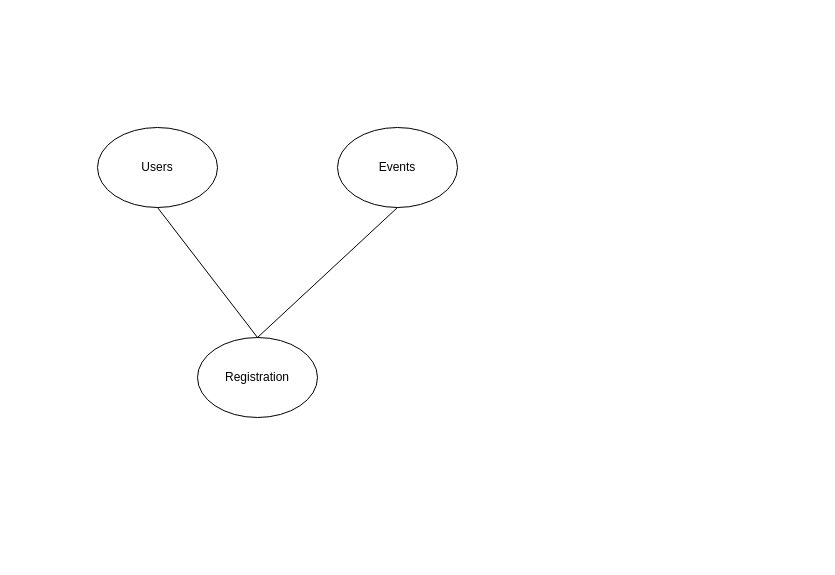
The draw.io diagram Untitled Diagram.drawio in SherahIsrael/Evently, before the edit. Source tidied: cells renumbered, new cells numbered last; positions are measured from the earlier drawing's top-left corner, leaving out a move shared by most shapes. Both pictures are drawn from the tidied source at 100%, with x=0, y=0 at pixel (97, 127).
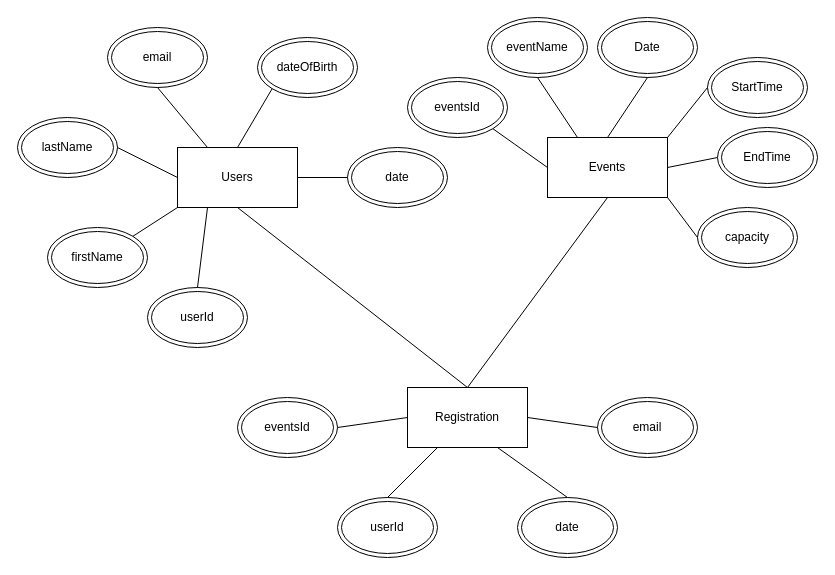
After the change.

Change to the diagram source:
```diff
@@
-    <mxCell id="2" value="Users" style="ellipse;whiteSpace=wrap;html=1;" parent="1" vertex="1">
-      <mxGeometry width="120" height="80" as="geometry" />
-    </mxCell>
-    <mxCell id="3" value="Events" style="ellipse;whiteSpace=wrap;html=1;" parent="1" vertex="1">
-      <mxGeometry x="240" width="120" height="80" as="geometry" />
-    </mxCell>
-    <mxCell id="4" value="Registration" style="ellipse;whiteSpace=wrap;html=1;" parent="1" vertex="1">
-      <mxGeometry x="100" y="210" width="120" height="80" as="geometry" />
-    </mxCell>
-    <mxCell id="5" style="endArrow=none;html=1;rounded=0;entryX=0.5;entryY=1;entryDx=0;entryDy=0;exitX=0.5;exitY=0;exitDx=0;exitDy=0;" parent="1" edge="1" source="4" target="3">
+    <mxCell id="5" style="endArrow=none;html=1;rounded=0;exitX=0.5;exitY=0;exitDx=0;exitDy=0;entryX=0.5;entryY=1;entryDx=0;entryDy=0;" parent="1" edge="1" source="4" target="3">
       <mxGeometry relative="1" as="geometry" />
     </mxCell>
-    <mxCell id="6" style="endArrow=none;html=1;rounded=0;entryX=0.5;entryY=1;entryDx=0;entryDy=0;" parent="1" edge="1" target="2">
-      <mxGeometry relative="1" as="geometry">
-        <mxPoint x="160" y="210" as="sourcePoint" />
-      </mxGeometry>
+    <mxCell id="6" style="endArrow=none;html=1;rounded=0;entryX=0.5;entryY=1;entryDx=0;entryDy=0;exitX=0.5;exitY=0;exitDx=0;exitDy=0;" parent="1" edge="1" source="4" target="2">
+      <mxGeometry relative="1" as="geometry" />
     </mxCell>
+    <mxCell id="3" value="Events" style="rounded=0;whiteSpace=wrap;html=1;" parent="1" vertex="1">
+      <mxGeometry x="450" y="10" width="120" height="60" as="geometry" />
+    </mxCell>
+    <mxCell id="2" value="Users" style="rounded=0;whiteSpace=wrap;html=1;" parent="1" vertex="1">
+      <mxGeometry x="80" y="20" width="120" height="60" as="geometry" />
+    </mxCell>
+    <mxCell id="4" value="Registration" style="rounded=0;whiteSpace=wrap;html=1;" parent="1" vertex="1">
+      <mxGeometry x="310" y="260" width="120" height="60" as="geometry" />
+    </mxCell>
+    <mxCell id="7" value="eventsId" style="ellipse;shape=doubleEllipse;whiteSpace=wrap;html=1;" parent="1" vertex="1">
+      <mxGeometry x="310" y="-50" width="100" height="60" as="geometry" />
+    </mxCell>
+    <mxCell id="8" value="eventName" style="ellipse;shape=doubleEllipse;whiteSpace=wrap;html=1;" parent="1" vertex="1">
+      <mxGeometry x="390" y="-110" width="100" height="60" as="geometry" />
+    </mxCell>
+    <mxCell id="9" value="Date" style="ellipse;shape=doubleEllipse;whiteSpace=wrap;html=1;" parent="1" vertex="1">
+      <mxGeometry x="500" y="-110" width="100" height="60" as="geometry" />
+    </mxCell>
+    <mxCell id="10" value="EndTime" style="ellipse;shape=doubleEllipse;whiteSpace=wrap;html=1;" parent="1" vertex="1">
+      <mxGeometry x="620" width="100" height="60" as="geometry" />
+    </mxCell>
+    <mxCell id="11" value="StartTime" style="ellipse;shape=doubleEllipse;whiteSpace=wrap;html=1;" parent="1" vertex="1">
+      <mxGeometry x="610" y="-70" width="100" height="60" as="geometry" />
+    </mxCell>
+    <mxCell id="12" value="capacity" style="ellipse;shape=doubleEllipse;whiteSpace=wrap;html=1;" parent="1" vertex="1">
+      <mxGeometry x="600" y="80" width="100" height="60" as="geometry" />
+    </mxCell>
+    <mxCell id="13" style="endArrow=none;html=1;rounded=0;entryX=1;entryY=1;entryDx=0;entryDy=0;" parent="1" edge="1" target="7">
+      <mxGeometry relative="1" as="geometry">
+        <mxPoint x="450" y="40" as="sourcePoint" />
+      </mxGeometry>
+    </mxCell>
+    <mxCell id="14" style="endArrow=none;html=1;rounded=0;exitX=0.5;exitY=1;exitDx=0;exitDy=0;entryX=0.25;entryY=0;entryDx=0;entryDy=0;" parent="1" edge="1" source="8" target="3">
+      <mxGeometry relative="1" as="geometry" />
+    </mxCell>
+    <mxCell id="15" style="endArrow=none;html=1;rounded=0;entryX=0.5;entryY=1;entryDx=0;entryDy=0;exitX=0.5;exitY=0;exitDx=0;exitDy=0;" parent="1" edge="1" source="3" target="9">
+      <mxGeometry relative="1" as="geometry" />
+    </mxCell>
+    <mxCell id="16" style="endArrow=none;html=1;rounded=0;entryX=0;entryY=0.5;entryDx=0;entryDy=0;" parent="1" edge="1" target="11">
+      <mxGeometry relative="1" as="geometry">
+        <mxPoint x="570" y="10" as="sourcePoint" />
+      </mxGeometry>
+    </mxCell>
+    <mxCell id="17" style="endArrow=none;html=1;rounded=0;entryX=0;entryY=0.5;entryDx=0;entryDy=0;exitX=1;exitY=0.5;exitDx=0;exitDy=0;" parent="1" edge="1" source="3" target="10">
+      <mxGeometry relative="1" as="geometry" />
+    </mxCell>
+    <mxCell id="18" style="endArrow=none;html=1;rounded=0;entryX=0;entryY=0.5;entryDx=0;entryDy=0;exitX=1;exitY=1;exitDx=0;exitDy=0;" parent="1" edge="1" source="3" target="12">
+      <mxGeometry relative="1" as="geometry" />
+    </mxCell>
+    <mxCell id="19" value="firstName" style="ellipse;shape=doubleEllipse;whiteSpace=wrap;html=1;" parent="1" vertex="1">
+      <mxGeometry x="-50" y="100" width="100" height="60" as="geometry" />
+    </mxCell>
+    <mxCell id="20" value="lastName" style="ellipse;shape=doubleEllipse;whiteSpace=wrap;html=1;" parent="1" vertex="1">
+      <mxGeometry x="-80" y="-10" width="100" height="60" as="geometry" />
+    </mxCell>
+    <mxCell id="21" value="email" style="ellipse;shape=doubleEllipse;whiteSpace=wrap;html=1;" parent="1" vertex="1">
+      <mxGeometry x="10" y="-100" width="100" height="60" as="geometry" />
+    </mxCell>
+    <mxCell id="22" value="dateOfBirth" style="ellipse;shape=doubleEllipse;whiteSpace=wrap;html=1;" parent="1" vertex="1">
+      <mxGeometry x="160" y="-90" width="100" height="60" as="geometry" />
+    </mxCell>
+    <mxCell id="23" value="date" style="ellipse;shape=doubleEllipse;whiteSpace=wrap;html=1;" parent="1" vertex="1">
+      <mxGeometry x="250" y="20" width="100" height="60" as="geometry" />
+    </mxCell>
+    <mxCell id="24" style="endArrow=none;html=1;rounded=0;entryX=0;entryY=1;entryDx=0;entryDy=0;exitX=1;exitY=0;exitDx=0;exitDy=0;" parent="1" edge="1" source="19" target="2">
+      <mxGeometry relative="1" as="geometry" />
+    </mxCell>
+    <mxCell id="25" style="endArrow=none;html=1;rounded=0;entryX=1;entryY=0.5;entryDx=0;entryDy=0;exitX=0;exitY=0.5;exitDx=0;exitDy=0;" parent="1" edge="1" source="2" target="20">
+      <mxGeometry relative="1" as="geometry" />
+    </mxCell>
+    <mxCell id="26" style="endArrow=none;html=1;rounded=0;entryX=0.5;entryY=1;entryDx=0;entryDy=0;exitX=0.25;exitY=0;exitDx=0;exitDy=0;" parent="1" edge="1" source="2" target="21">
+      <mxGeometry relative="1" as="geometry" />
+    </mxCell>
+    <mxCell id="27" style="endArrow=none;html=1;rounded=0;entryX=0;entryY=1;entryDx=0;entryDy=0;exitX=0.5;exitY=0;exitDx=0;exitDy=0;" parent="1" edge="1" source="2" target="22">
+      <mxGeometry relative="1" as="geometry" />
+    </mxCell>
+    <mxCell id="28" style="endArrow=none;html=1;rounded=0;entryX=0;entryY=0.5;entryDx=0;entryDy=0;exitX=1;exitY=0.5;exitDx=0;exitDy=0;" parent="1" edge="1" source="2" target="23">
+      <mxGeometry relative="1" as="geometry" />
+    </mxCell>
+    <mxCell id="29" value="userId" style="ellipse;shape=doubleEllipse;whiteSpace=wrap;html=1;" parent="1" vertex="1">
+      <mxGeometry x="50" y="160" width="100" height="60" as="geometry" />
+    </mxCell>
+    <mxCell id="30" style="endArrow=none;html=1;rounded=0;entryX=0.25;entryY=1;entryDx=0;entryDy=0;exitX=0.5;exitY=0;exitDx=0;exitDy=0;" parent="1" edge="1" source="29" target="2">
+      <mxGeometry relative="1" as="geometry" />
+    </mxCell>
+    <mxCell id="31" value="eventsId" style="ellipse;shape=doubleEllipse;whiteSpace=wrap;html=1;" parent="1" vertex="1">
+      <mxGeometry x="140" y="270" width="100" height="60" as="geometry" />
+    </mxCell>
+    <mxCell id="32" value="userId" style="ellipse;shape=doubleEllipse;whiteSpace=wrap;html=1;" parent="1" vertex="1">
+      <mxGeometry x="240" y="370" width="100" height="60" as="geometry" />
+    </mxCell>
+    <mxCell id="33" value="date" style="ellipse;shape=doubleEllipse;whiteSpace=wrap;html=1;" parent="1" vertex="1">
+      <mxGeometry x="420" y="370" width="100" height="60" as="geometry" />
+    </mxCell>
+    <mxCell id="34" value="email" style="ellipse;shape=doubleEllipse;whiteSpace=wrap;html=1;" parent="1" vertex="1">
+      <mxGeometry x="500" y="270" width="100" height="60" as="geometry" />
+    </mxCell>
+    <mxCell id="35" style="endArrow=none;html=1;rounded=0;entryX=0;entryY=0.5;entryDx=0;entryDy=0;exitX=1;exitY=0.5;exitDx=0;exitDy=0;" parent="1" edge="1" source="31" target="4">
+      <mxGeometry relative="1" as="geometry" />
+    </mxCell>
+    <mxCell id="36" style="endArrow=none;html=1;rounded=0;entryX=0.25;entryY=1;entryDx=0;entryDy=0;exitX=0.5;exitY=0;exitDx=0;exitDy=0;" parent="1" edge="1" source="32" target="4">
+      <mxGeometry relative="1" as="geometry" />
+    </mxCell>
+    <mxCell id="37" style="endArrow=none;html=1;rounded=0;entryX=0.5;entryY=0;entryDx=0;entryDy=0;exitX=0.75;exitY=1;exitDx=0;exitDy=0;" parent="1" edge="1" source="4" target="33">
+      <mxGeometry relative="1" as="geometry" />
+    </mxCell>
+    <mxCell id="38" style="endArrow=none;html=1;rounded=0;entryX=0;entryY=0.5;entryDx=0;entryDy=0;exitX=1;exitY=0.5;exitDx=0;exitDy=0;" parent="1" edge="1" source="4" target="34">
+      <mxGeometry relative="1" as="geometry" />
+    </mxCell>
```
